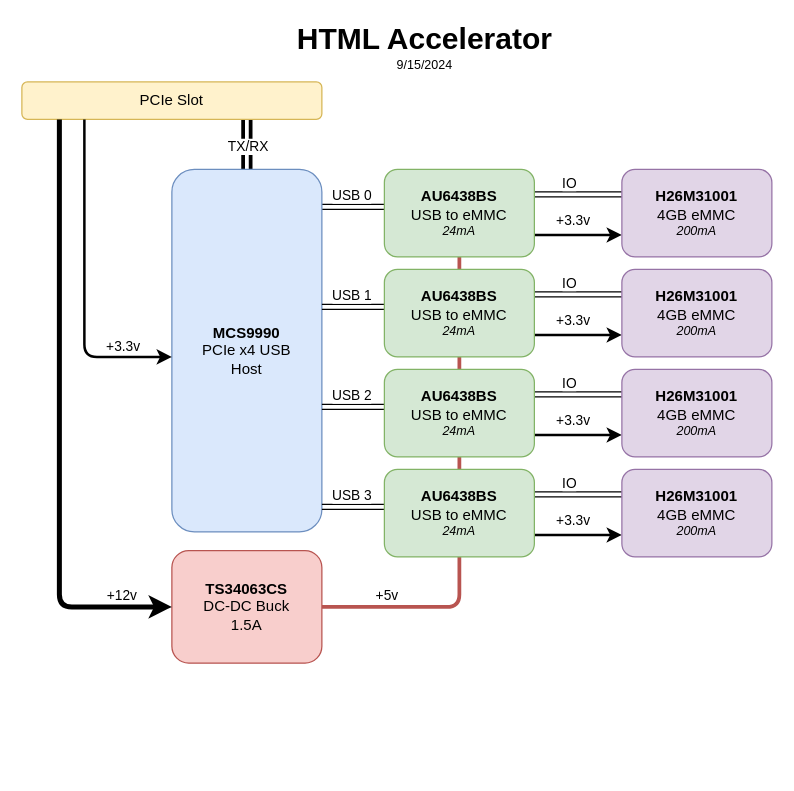
Above: HMTL_Accel_Block_Diagram_raw.drawio in akaStanley/HTML_Accelerator (draw.io), before the change. Source tidied: cells renumbered, new cells numbered last; positions are measured from the earlier drawing's top-left corner, leaving out a move shared by most shapes. Both pictures are drawn from the tidied source at 125%, with x=0, y=0 at pixel (21, 21).
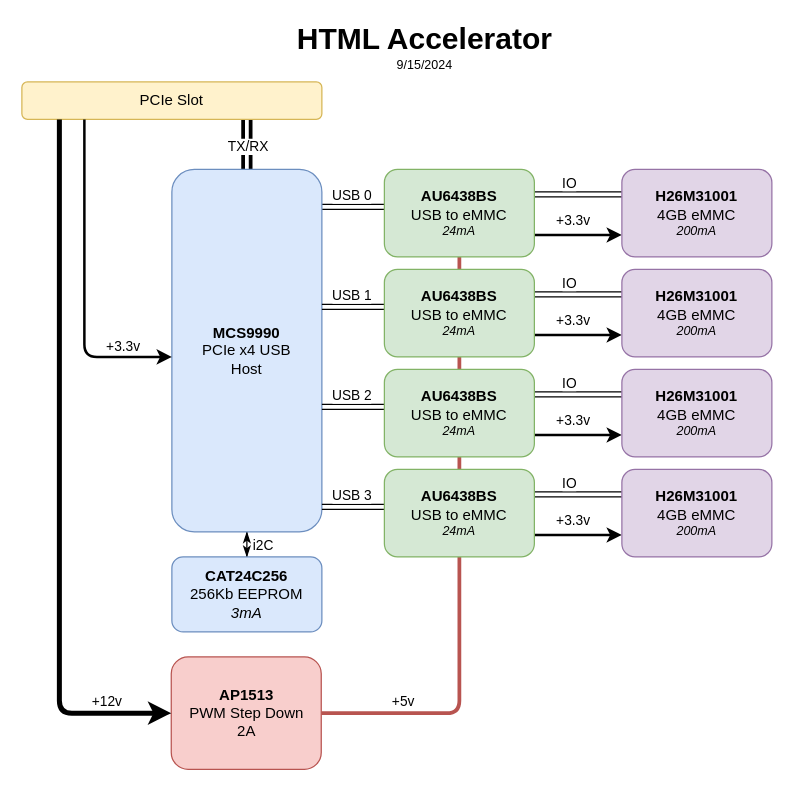
Above is the later version.

Unchanged cells that the change refers to:
```xml
<mxCell id="6" value="PCIe Slot" style="rounded=1;whiteSpace=wrap;html=1;fillColor=#fff2cc;strokeColor=#d6b656;" parent="1" vertex="1">
  <mxGeometry y="48" width="240" height="30" as="geometry" />
</mxCell>
<mxCell id="9" value="&lt;div&gt;&lt;b&gt;MCS9990&lt;/b&gt;&lt;/div&gt;&lt;div&gt;PCIe x4 USB&lt;/div&gt;&lt;div&gt;Host&lt;br&gt;&lt;/div&gt;" style="rounded=1;whiteSpace=wrap;html=1;fillColor=#dae8fc;strokeColor=#6c8ebf;" parent="1" vertex="1">
  <mxGeometry x="120" y="118" width="120" height="290" as="geometry" />
</mxCell>
```

What changed in the source:
```diff
@@
+    <mxCell id="46" style="edgeStyle=orthogonalEdgeStyle;rounded=0;jettySize=auto;html=1;startArrow=classicThin;startFill=1;endArrow=classicThin;endFill=1;" parent="1" edge="1" source="9" target="48">
+      <mxGeometry relative="1" as="geometry" />
+    </mxCell>
+    <mxCell id="47" value="i2C" style="edgeLabel;html=1;align=center;verticalAlign=middle;fontFamily=Helvetica;fontSize=11;fontColor=default;labelBackgroundColor=default;" parent="46" vertex="1">
+      <mxGeometry x="-0.57" y="1" relative="1" as="geometry">
+        <mxPoint x="11" y="-3" as="offset" />
+      </mxGeometry>
+    </mxCell>
@@
-    <mxCell id="15" value="&lt;div&gt;&lt;b&gt;TS34063CS&lt;/b&gt;&lt;/div&gt;&lt;div&gt;DC-DC Buck&lt;/div&gt;&lt;div&gt;1.5A&lt;br&gt;&lt;/div&gt;" style="rounded=1;whiteSpace=wrap;html=1;fillColor=#f8cecc;strokeColor=#b85450;" parent="1" vertex="1">
-      <mxGeometry x="120" y="423" width="120" height="90" as="geometry" />
+    <mxCell id="15" value="&lt;div&gt;&lt;b&gt;AP1513&lt;/b&gt;&lt;/div&gt;&lt;div&gt;PWM Step Down&lt;br&gt;&lt;/div&gt;&lt;div&gt;2A&lt;br&gt;&lt;/div&gt;" style="rounded=1;whiteSpace=wrap;html=1;fillColor=#f8cecc;strokeColor=#b85450;" parent="1" vertex="1">
+      <mxGeometry x="119.5" y="508" width="120" height="90" as="geometry" />
     </mxCell>
@@
     <mxCell id="18" style="edgeStyle=orthogonalEdgeStyle;rounded=1;jettySize=auto;html=1;curved=0;strokeColor=default;strokeWidth=4;" parent="1" edge="1" source="6" target="15">
       <mxGeometry relative="1" as="geometry">
         <Array as="points">
-          <mxPoint x="30" y="468" />
+          <mxPoint x="30" y="553" />
         </Array>
       </mxGeometry>
     </mxCell>
@@
+    <mxCell id="48" value="&lt;div&gt;&lt;b&gt;CAT24C256&lt;/b&gt;&lt;/div&gt;&lt;div&gt;256Kb EEPROM&lt;br&gt;&lt;/div&gt;&lt;div&gt;&lt;i&gt;3mA&lt;/i&gt;&lt;br&gt;&lt;/div&gt;" style="whiteSpace=wrap;html=1;fillColor=#dae8fc;strokeColor=#6c8ebf;rounded=1;" parent="1" vertex="1">
+      <mxGeometry x="120" y="428" width="120" height="60" as="geometry" />
+    </mxCell>
```
